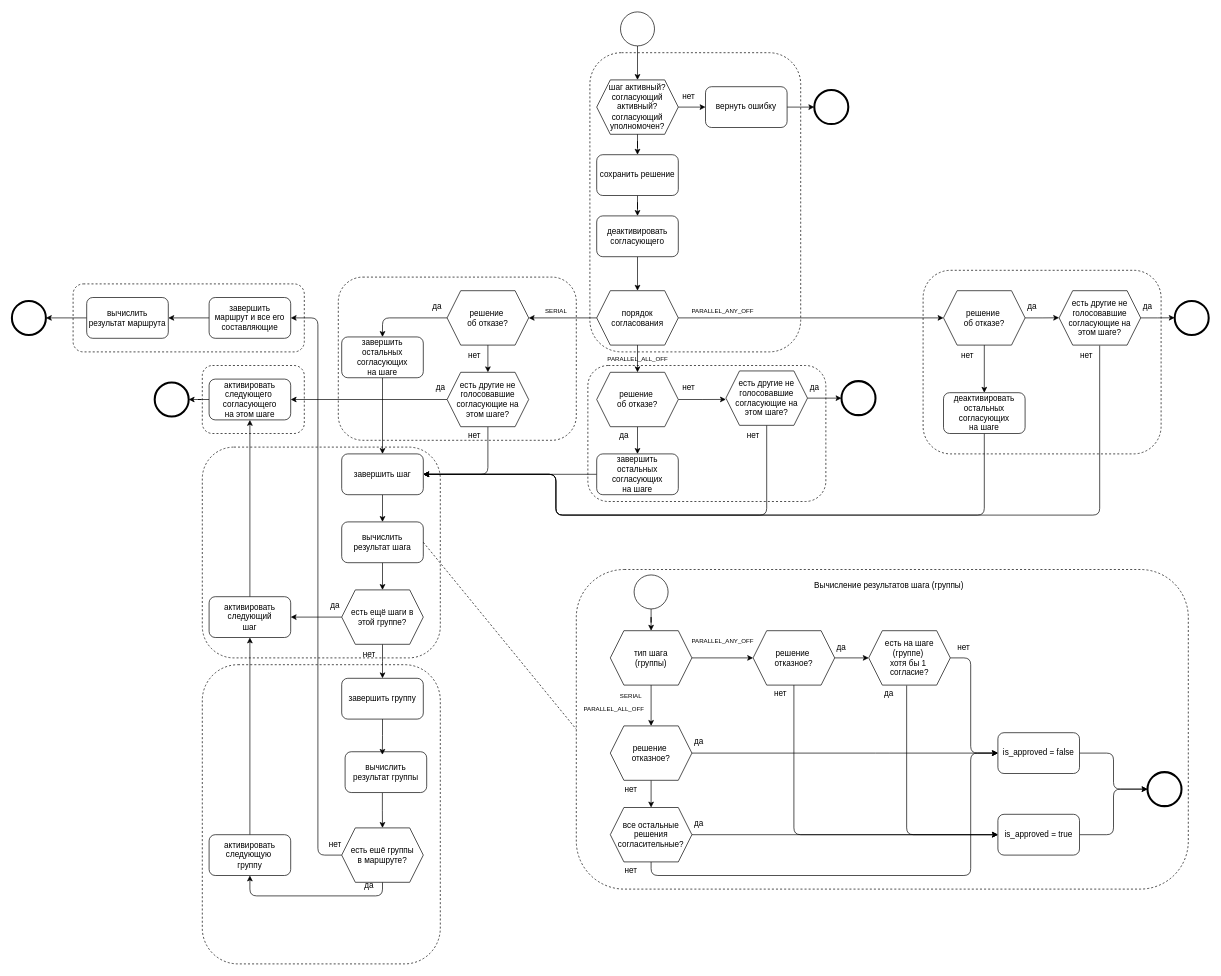
MikhailEpatko/approve keeps this draw.io diagram as docs/make-decision-sequence.drawio. Above is the earlier version. Source tidied: cells renumbered, new cells numbered last; positions are measured from the earlier drawing's top-left corner, leaving out a move shared by most shapes. Both pictures are drawn from the tidied source at 68%, with x=0, y=0 at pixel (12, 12).
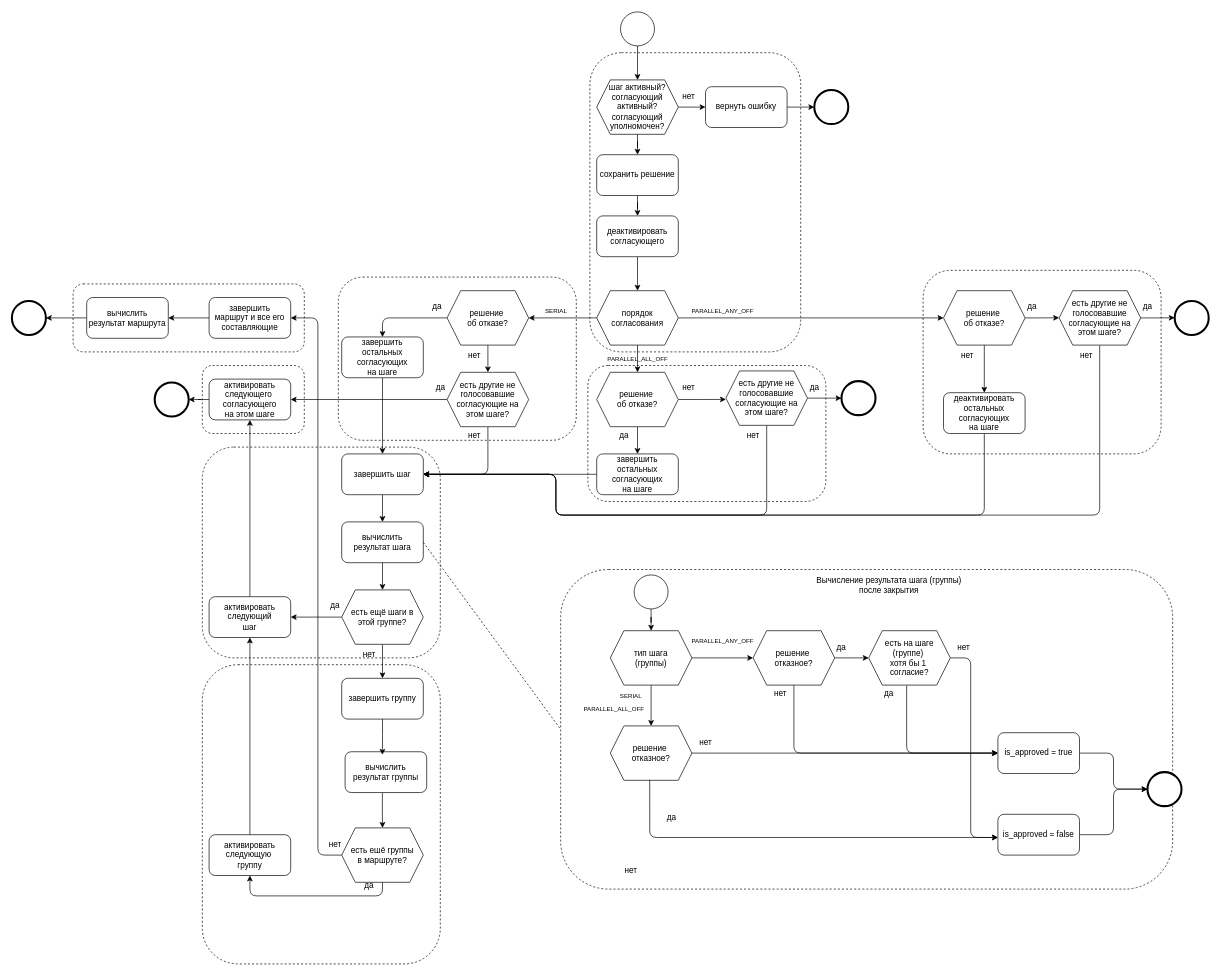
The same diagram, later.

The change refers to these unchanged cells:
```xml
<mxCell id="102" value="решение&amp;nbsp;&lt;div&gt;отказное?&lt;/div&gt;" style="shape=hexagon;perimeter=hexagonPerimeter2;whiteSpace=wrap;html=1;fixedSize=1;" parent="1" vertex="1">
  <mxGeometry x="1090" y="910" width="120" height="80" as="geometry" />
</mxCell>
<mxCell id="105" value="есть на шаге (группе)&amp;nbsp;&lt;div&gt;хотя бы 1&amp;nbsp;&lt;/div&gt;&lt;div&gt;согласие?&lt;/div&gt;" style="shape=hexagon;perimeter=hexagonPerimeter2;whiteSpace=wrap;html=1;fixedSize=1;" parent="1" vertex="1">
  <mxGeometry x="1260" y="910" width="120" height="80" as="geometry" />
</mxCell>
<mxCell id="117" value="решение&amp;nbsp;&lt;div&gt;отказное?&lt;/div&gt;" style="shape=hexagon;perimeter=hexagonPerimeter2;whiteSpace=wrap;html=1;fixedSize=1;" parent="1" vertex="1">
  <mxGeometry x="880" y="1050" width="120" height="80" as="geometry" />
</mxCell>
```

Change to the diagram source:
```diff
@@
     <mxCell id="4" style="rounded=1;whiteSpace=wrap;html=1;fillColor=none;dashed=1;" parent="1" vertex="1">
-      <mxGeometry x="830" y="820" width="900" height="470" as="geometry" />
+      <mxGeometry x="807" y="820" width="900" height="470" as="geometry" />
     </mxCell>
@@
-    <mxCell id="101" style="edgeStyle=orthogonalEdgeStyle;rounded=1;jettySize=auto;html=1;exitX=0.5;exitY=1;exitDx=0;exitDy=0;entryX=0;entryY=0.5;entryDx=0;entryDy=0;curved=0;" parent="1" edge="1" source="102" target="107">
+    <mxCell id="101" style="edgeStyle=orthogonalEdgeStyle;rounded=1;jettySize=auto;html=1;exitX=0.5;exitY=1;exitDx=0;exitDy=0;entryX=0;entryY=0.5;entryDx=0;entryDy=0;curved=0;" parent="1" edge="1" source="102" target="110">
       <mxGeometry relative="1" as="geometry">
         <Array as="points">
-          <mxPoint x="1150" y="1210" />
+          <mxPoint x="1150" y="1090" />
         </Array>
       </mxGeometry>
     </mxCell>
@@
-    <mxCell id="103" style="edgeStyle=orthogonalEdgeStyle;rounded=1;jettySize=auto;html=1;entryX=0;entryY=0.5;entryDx=0;entryDy=0;curved=0;" parent="1" edge="1" source="105" target="110">
+    <mxCell id="103" style="edgeStyle=orthogonalEdgeStyle;rounded=1;jettySize=auto;html=1;entryX=0;entryY=0.568;entryDx=0;entryDy=0;curved=0;entryPerimeter=0;" parent="1" edge="1" source="105" target="107">
       <mxGeometry relative="1" as="geometry">
         <Array as="points">
           <mxPoint x="1410" y="950" />
-          <mxPoint x="1410" y="1090" />
+          <mxPoint x="1410" y="1214" />
         </Array>
       </mxGeometry>
     </mxCell>
-    <mxCell id="104" style="edgeStyle=orthogonalEdgeStyle;rounded=1;jettySize=auto;html=1;entryX=0;entryY=0.5;entryDx=0;entryDy=0;exitX=0.465;exitY=1.008;exitDx=0;exitDy=0;exitPerimeter=0;curved=0;" parent="1" edge="1" source="105" target="107">
+    <mxCell id="104" style="edgeStyle=orthogonalEdgeStyle;rounded=1;jettySize=auto;html=1;entryX=0;entryY=0.5;entryDx=0;entryDy=0;exitX=0.465;exitY=1.008;exitDx=0;exitDy=0;exitPerimeter=0;curved=0;" parent="1" edge="1" source="105" target="110">
       <mxGeometry relative="1" as="geometry" />
     </mxCell>
@@
-    <mxCell id="107" value="is_approved = true" style="rounded=1;whiteSpace=wrap;html=1;" parent="1" vertex="1">
+    <mxCell id="107" value="is_approved = false" style="rounded=1;whiteSpace=wrap;html=1;" parent="1" vertex="1">
       <mxGeometry x="1450" y="1180" width="120" height="60" as="geometry" />
     </mxCell>
@@
-    <mxCell id="110" value="is_approved = false" style="rounded=1;whiteSpace=wrap;html=1;" parent="1" vertex="1">
+    <mxCell id="110" value="is_approved = true" style="rounded=1;whiteSpace=wrap;html=1;" parent="1" vertex="1">
       <mxGeometry x="1450" y="1060" width="120" height="60" as="geometry" />
     </mxCell>
@@
-    <mxCell id="116" style="edgeStyle=orthogonalEdgeStyle;rounded=0;jettySize=auto;html=1;entryX=0.5;entryY=0;entryDx=0;entryDy=0;" parent="1" edge="1" source="117" target="124">
-      <mxGeometry relative="1" as="geometry" />
-    </mxCell>
@@
     <mxCell id="119" value="да" style="text;html=1;align=center;verticalAlign=middle;strokeColor=none;fillColor=none;" parent="1" vertex="1">
-      <mxGeometry x="990" y="1058" width="40" height="30" as="geometry" />
+      <mxGeometry x="950" y="1170" width="40" height="30" as="geometry" />
     </mxCell>
     <mxCell id="120" value="нет" style="text;html=1;align=center;verticalAlign=middle;strokeColor=none;fillColor=none;" parent="1" vertex="1">
-      <mxGeometry x="890" y="1128" width="40" height="30" as="geometry" />
+      <mxGeometry x="1000" y="1060" width="40" height="30" as="geometry" />
     </mxCell>
@@
-    <mxCell id="122" style="edgeStyle=orthogonalEdgeStyle;rounded=0;jettySize=auto;html=1;entryX=0;entryY=0.5;entryDx=0;entryDy=0;" parent="1" edge="1" source="124" target="107">
-      <mxGeometry relative="1" as="geometry" />
-    </mxCell>
-    <mxCell id="123" style="edgeStyle=orthogonalEdgeStyle;rounded=1;jettySize=auto;html=1;entryX=0;entryY=0.5;entryDx=0;entryDy=0;exitX=0.5;exitY=1;exitDx=0;exitDy=0;curved=0;" parent="1" edge="1" source="124" target="110">
-      <mxGeometry relative="1" as="geometry">
-        <Array as="points">
-          <mxPoint x="940" y="1270" />
-          <mxPoint x="1410" y="1270" />
-          <mxPoint x="1410" y="1090" />
-        </Array>
-      </mxGeometry>
-    </mxCell>
-    <mxCell id="124" value="все остальные&lt;div&gt;решения&lt;/div&gt;&lt;div&gt;согласительные?&lt;/div&gt;" style="shape=hexagon;perimeter=hexagonPerimeter2;whiteSpace=wrap;html=1;fixedSize=1;" parent="1" vertex="1">
-      <mxGeometry x="880" y="1170" width="120" height="80" as="geometry" />
-    </mxCell>
-    <mxCell id="125" value="да" style="text;html=1;align=center;verticalAlign=middle;strokeColor=none;fillColor=none;" parent="1" vertex="1">
-      <mxGeometry x="990" y="1178" width="40" height="30" as="geometry" />
-    </mxCell>
@@
-    <mxCell id="127" value="Вычисление результатов шага (группы)" style="text;html=1;align=center;verticalAlign=middle;whiteSpace=wrap;rounded=0;" parent="1" vertex="1">
+    <mxCell id="127" value="Вычисление результата шага (группы) после закрытия" style="text;html=1;align=center;verticalAlign=middle;whiteSpace=wrap;rounded=0;" parent="1" vertex="1">
       <mxGeometry x="1175" y="828" width="230" height="30" as="geometry" />
     </mxCell>
@@
+    <mxCell id="134" style="edgeStyle=orthogonalEdgeStyle;rounded=1;jettySize=auto;html=1;entryX=-0.001;entryY=0.568;entryDx=0;entryDy=0;entryPerimeter=0;curved=0;exitX=0.483;exitY=0.991;exitDx=0;exitDy=0;exitPerimeter=0;" parent="1" edge="1" source="117" target="107">
+      <mxGeometry relative="1" as="geometry">
+        <Array as="points">
+          <mxPoint x="938" y="1214" />
+        </Array>
+      </mxGeometry>
+    </mxCell>
```
